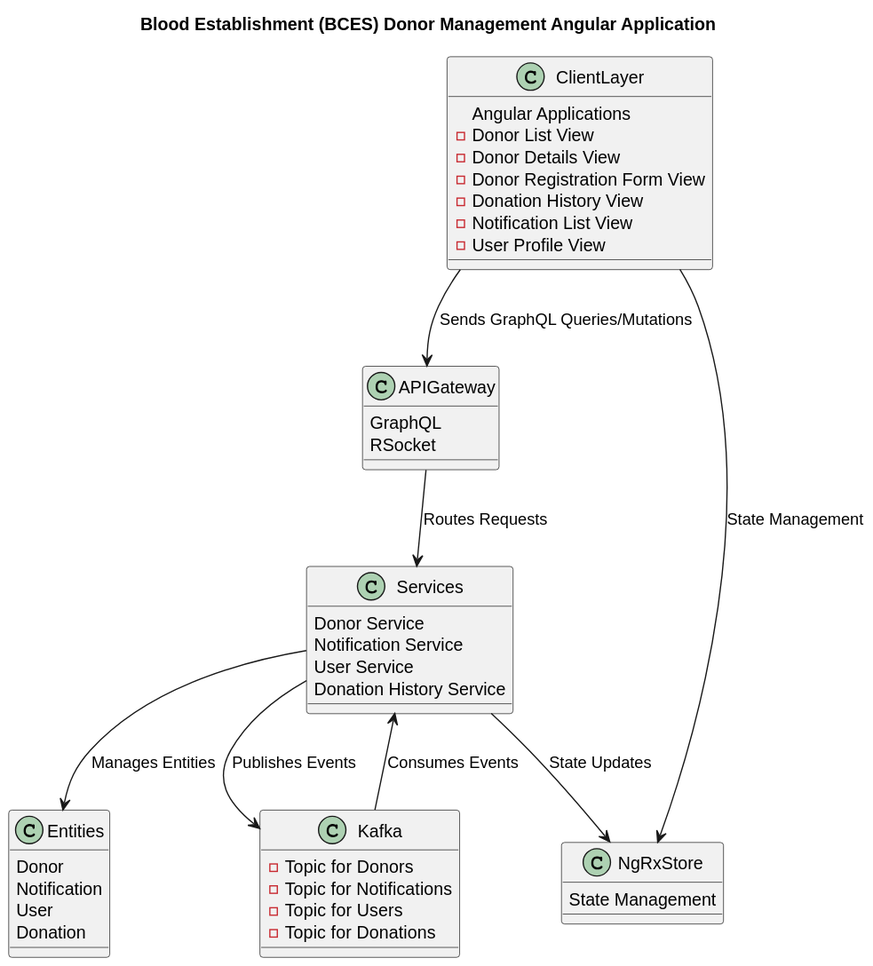
Earlier version of the PlantUML export docs/rendered/layers/client/DONOR_MANAGEMENT.svg (tylermaginnis/BECS_SoftwareArchitecture). Source of this version:
```plantuml
@startuml
!define RECTANGLE class

title Blood Establishment (BCES) Donor Management Angular Application

RECTANGLE ClientLayer {
  Angular Applications
  - Donor List View
  - Donor Details View
  - Donor Registration Form View
  - Donation History View
  - Notification List View
  - User Profile View
}

RECTANGLE APIGateway {
  GraphQL
  RSocket
}

RECTANGLE Services {
  Donor Service
  Notification Service
  User Service
  Donation History Service
}

RECTANGLE NgRxStore {
  State Management
}

RECTANGLE Entities {
  Donor
  Notification
  User
  Donation
}

RECTANGLE Kafka {
  - Topic for Donors
  - Topic for Notifications
  - Topic for Users
  - Topic for Donations
}

ClientLayer --> APIGateway : Sends GraphQL Queries/Mutations
APIGateway --> Services : Routes Requests
ClientLayer --> NgRxStore : State Management
Services --> NgRxStore : State Updates
Services --> Entities : Manages Entities
Services --> Kafka : Publishes Events
Kafka --> Services : Consumes Events
@enduml
```
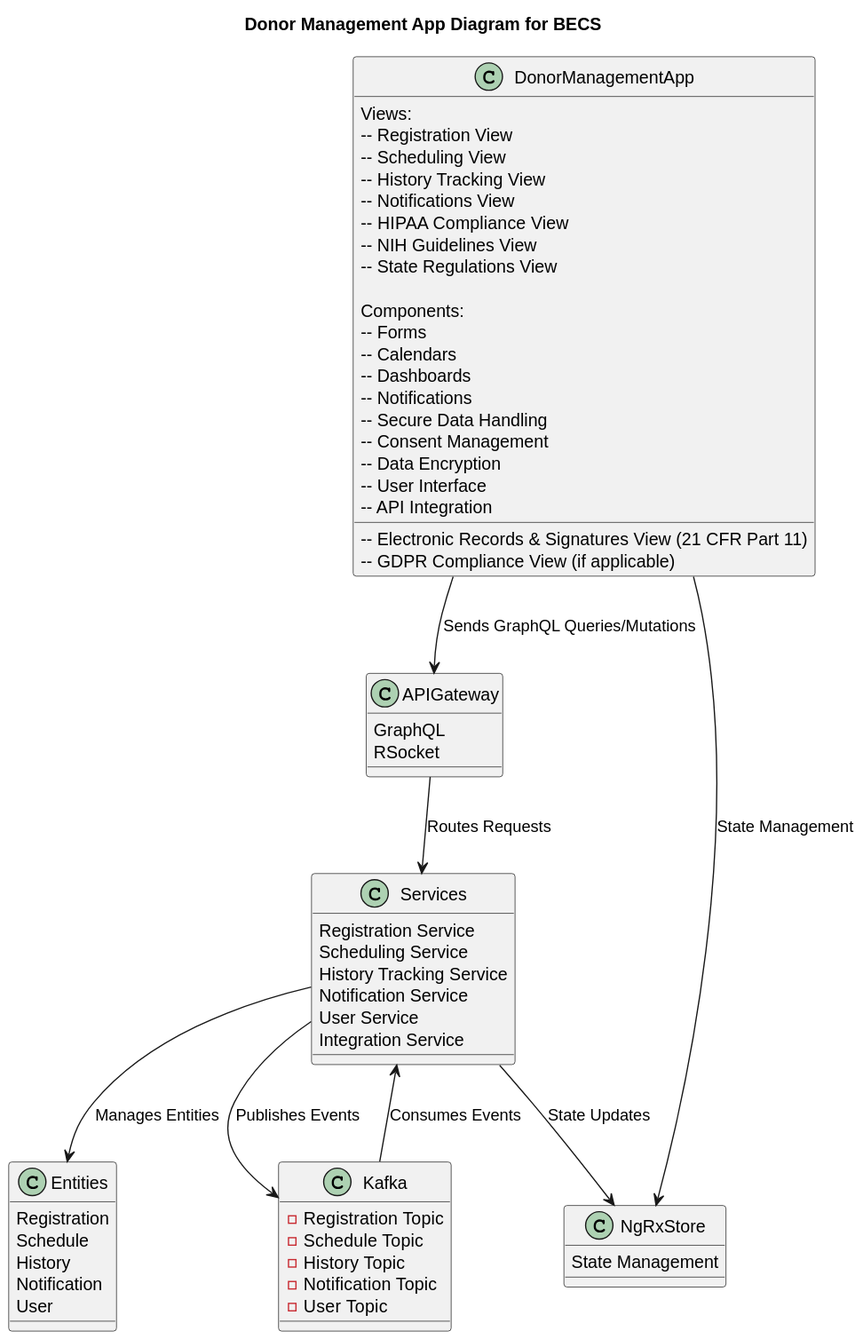
After the change.

Commit message:
Add Angular App client client layers

The edit, as a diff of the source:
```diff
@@ -1,16 +1,30 @@
 @startuml
 !define RECTANGLE class
 
-title Blood Establishment (BCES) Donor Management Angular Application
+title Donor Management App Diagram for BECS
 
-RECTANGLE ClientLayer {
-  Angular Applications
-  - Donor List View
-  - Donor Details View
-  - Donor Registration Form View
-  - Donation History View
-  - Notification List View
-  - User Profile View
+RECTANGLE DonorManagementApp {
+  Views:
+  -- Registration View
+  -- Scheduling View
+  -- History Tracking View
+  -- Notifications View
+  -- Electronic Records & Signatures View (21 CFR Part 11)
+  -- HIPAA Compliance View
+  -- NIH Guidelines View
+  -- GDPR Compliance View (if applicable)
+  -- State Regulations View
+
+  Components:
+  -- Forms
+  -- Calendars
+  -- Dashboards
+  -- Notifications
+  -- Secure Data Handling
+  -- Consent Management
+  -- Data Encryption
+  -- User Interface
+  -- API Integration
 }
 
 RECTANGLE APIGateway {
@@ -19,10 +33,12 @@
 }
 
 RECTANGLE Services {
-  Donor Service
+  Registration Service
+  Scheduling Service
+  History Tracking Service
   Notification Service
   User Service
-  Donation History Service
+  Integration Service
 }
 
 RECTANGLE NgRxStore {
@@ -30,22 +46,24 @@
 }
 
 RECTANGLE Entities {
-  Donor
+  Registration
+  Schedule
+  History
   Notification
   User
-  Donation
 }
 
 RECTANGLE Kafka {
-  - Topic for Donors
-  - Topic for Notifications
-  - Topic for Users
-  - Topic for Donations
+  - Registration Topic
+  - Schedule Topic
+  - History Topic
+  - Notification Topic
+  - User Topic
 }
 
-ClientLayer --> APIGateway : Sends GraphQL Queries/Mutations
+DonorManagementApp --> APIGateway : Sends GraphQL Queries/Mutations
 APIGateway --> Services : Routes Requests
-ClientLayer --> NgRxStore : State Management
+DonorManagementApp --> NgRxStore : State Management
 Services --> NgRxStore : State Updates
 Services --> Entities : Manages Entities
 Services --> Kafka : Publishes Events
```
